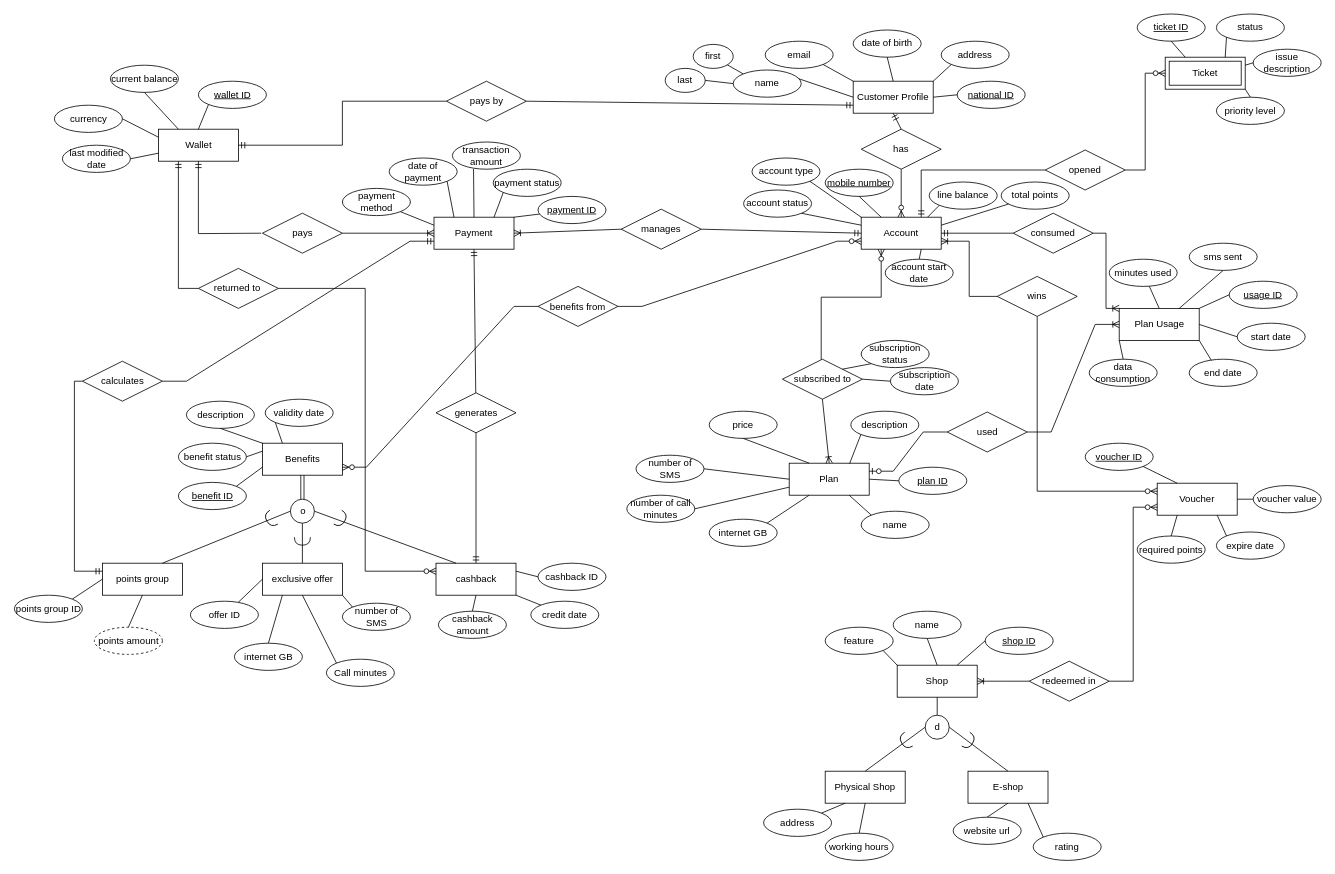
Earlier version of the draw.io diagram Milestone1_EERD.drawio (rogereliass/Telecom-Customer-Data-Management-System). Source tidied: cells renumbered, new cells numbered last; positions are measured from the earlier drawing's top-left corner, leaving out a move shared by most shapes. Both pictures are drawn from the tidied source at 80%, with x=0, y=0 at pixel (14, 14).
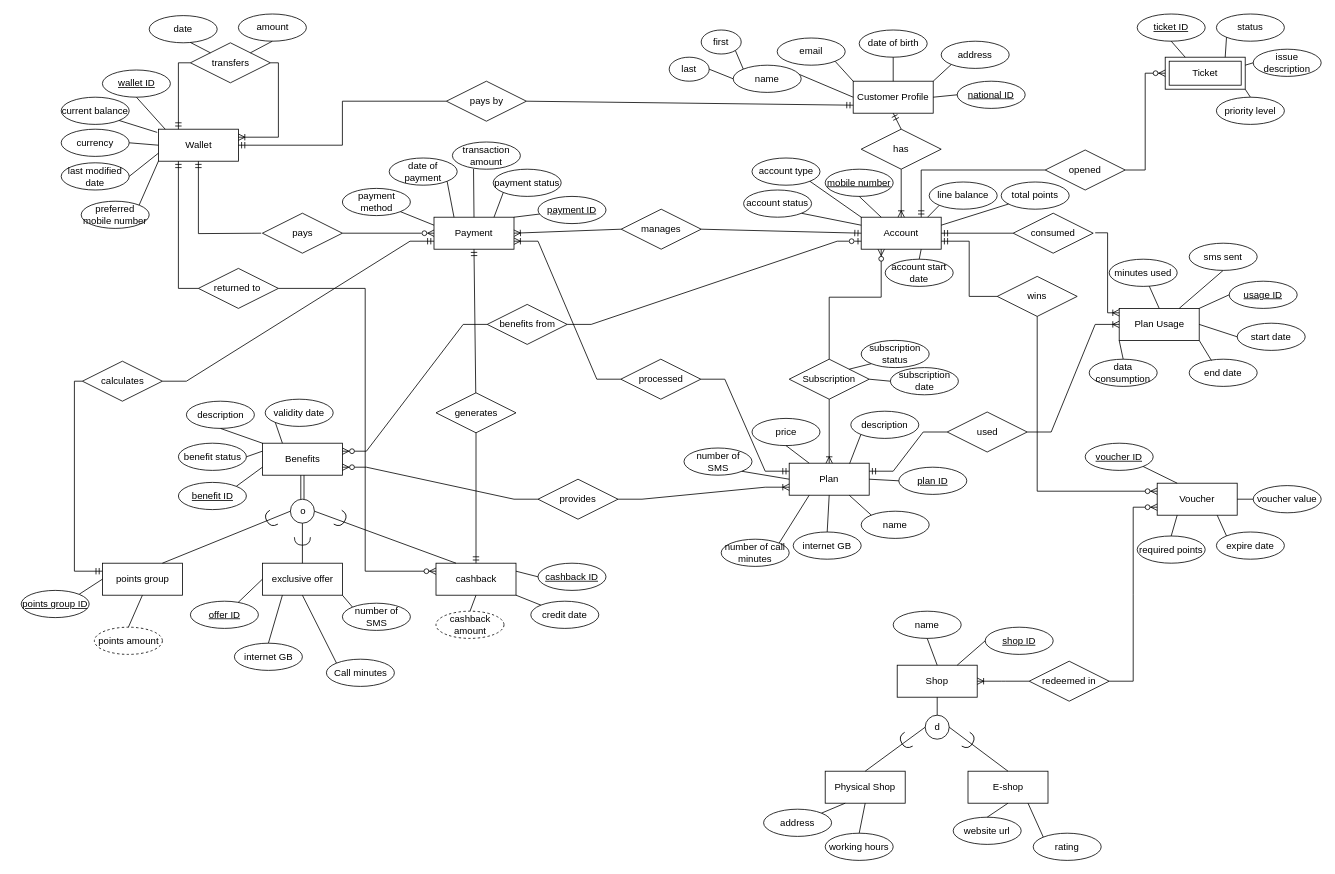
Above is the later version.

The change refers to these unchanged cells:
```xml
<mxCell id="9" value="Account" style="shape=label;margin=3;double=1;whiteSpace=wrap;html=1;align=center;labelBackgroundColor=none;points=[[0,0,0,0,0],[0,0.25,0,0,0],[0,0.5,0,0,0],[0,0.75,0,0,0],[0,1,0,0,0],[0.17,0,0,0,0],[0.17,1,0,0,0],[0.25,0,0,0,0],[0.25,1,0,0,0],[0.33,0,0,0,0],[0.33,1,0,0,0],[0.5,0,0,0,0],[0.5,1,0,0,0],[0.67,0,0,0,0],[0.67,1,0,0,0],[0.75,0,0,0,0],[0.75,1,0,0,0],[0.83,0,0,0,0],[0.83,1,0,0,0],[1,0,0,0,0],[1,0.25,0,0,0],[1,0.5,0,0,0],[1,0.75,0,0,0],[1,1,0,0,0]];" parent="1" vertex="1">
  <mxGeometry x="1058" y="254" width="100" height="40" as="geometry" />
</mxCell>
<mxCell id="16" value="Plan" style="whiteSpace=wrap;html=1;align=center;" parent="1" vertex="1">
  <mxGeometry x="968" y="561.5" width="100" height="40" as="geometry" />
</mxCell>
<mxCell id="26" value="Plan Usage" style="whiteSpace=wrap;html=1;align=center;" parent="1" vertex="1">
  <mxGeometry x="1380.5" y="368" width="100" height="40" as="geometry" />
</mxCell>
<mxCell id="32" value="Payment" style="whiteSpace=wrap;html=1;align=center;" parent="1" vertex="1">
  <mxGeometry x="524" y="254" width="100" height="40" as="geometry" />
</mxCell>
<mxCell id="74" value="Wallet" style="whiteSpace=wrap;html=1;align=center;" parent="1" vertex="1">
  <mxGeometry x="179.5" y="144" width="100" height="40" as="geometry" />
</mxCell>
<mxCell id="83" value="Benefits" style="whiteSpace=wrap;html=1;align=center;" parent="1" vertex="1">
  <mxGeometry x="309.5" y="536.5" width="100" height="40" as="geometry" />
</mxCell>
<mxCell id="132" value="used" style="shape=rhombus;perimeter=rhombusPerimeter;whiteSpace=wrap;html=1;align=center;" parent="1" vertex="1">
  <mxGeometry x="1165.5" y="497.5" width="100" height="50" as="geometry" />
</mxCell>
<mxCell id="139" value="Shop" style="whiteSpace=wrap;html=1;align=center;" parent="1" vertex="1">
  <mxGeometry x="1103" y="814" width="100" height="40" as="geometry" />
</mxCell>
<mxCell id="140" value="consumed" style="shape=rhombus;perimeter=rhombusPerimeter;whiteSpace=wrap;html=1;align=center;" parent="1" vertex="1">
  <mxGeometry x="1248" y="249" width="100" height="50" as="geometry" />
</mxCell>
<mxCell id="180" value="pays" style="shape=rhombus;perimeter=rhombusPerimeter;whiteSpace=wrap;html=1;align=center;" parent="1" vertex="1">
  <mxGeometry x="309.5" y="249" width="100" height="50" as="geometry" />
</mxCell>
<mxCell id="189" value="wins" style="shape=rhombus;perimeter=rhombusPerimeter;whiteSpace=wrap;html=1;align=center;" parent="1" vertex="1">
  <mxGeometry x="1228" y="328" width="100" height="50" as="geometry" />
</mxCell>
<mxCell id="195" value="has" style="shape=rhombus;perimeter=rhombusPerimeter;whiteSpace=wrap;html=1;align=center;" parent="1" vertex="1">
  <mxGeometry x="1058" y="144" width="100" height="50" as="geometry" />
</mxCell>
```

Diff of the diagram source:
```diff
@@
     <mxCell id="3" value="date of birth" style="ellipse;whiteSpace=wrap;html=1;align=center;labelBackgroundColor=none;" parent="1" vertex="1">
-      <mxGeometry x="1048" y="20" width="85" height="34" as="geometry" />
+      <mxGeometry x="1055.5" y="20" width="85" height="34" as="geometry" />
     </mxCell>
     <mxCell id="4" value="email" style="ellipse;whiteSpace=wrap;html=1;align=center;labelBackgroundColor=none;" parent="1" vertex="1">
-      <mxGeometry x="938" y="34" width="85" height="34" as="geometry" />
+      <mxGeometry x="953" y="30" width="85" height="34" as="geometry" />
     </mxCell>
@@
     <mxCell id="7" value="first" style="ellipse;whiteSpace=wrap;html=1;align=center;labelBackgroundColor=none;" parent="1" vertex="1">
-      <mxGeometry x="848" y="38" width="50" height="30" as="geometry" />
+      <mxGeometry x="858" y="20" width="50" height="30" as="geometry" />
     </mxCell>
     <mxCell id="8" value="last" style="ellipse;whiteSpace=wrap;html=1;align=center;labelBackgroundColor=none;" parent="1" vertex="1">
-      <mxGeometry x="813" y="68" width="50" height="30" as="geometry" />
+      <mxGeometry x="818" y="54" width="50" height="30" as="geometry" />
     </mxCell>
@@
-    <mxCell id="15" value="subscribed to" style="shape=rhombus;perimeter=rhombusPerimeter;whiteSpace=wrap;html=1;align=center;" parent="1" vertex="1">
-      <mxGeometry x="959.5" y="431.5" width="100" height="50" as="geometry" />
+    <mxCell id="15" value="Subscription" style="shape=rhombus;perimeter=rhombusPerimeter;whiteSpace=wrap;html=1;align=center;" parent="1" vertex="1">
+      <mxGeometry x="968" y="431.5" width="100" height="50" as="geometry" />
     </mxCell>
@@
     <mxCell id="20" value="number of call minutes" style="ellipse;whiteSpace=wrap;html=1;align=center;" parent="1" vertex="1">
-      <mxGeometry x="765" y="601.5" width="85" height="34" as="geometry" />
+      <mxGeometry x="883" y="656.5" width="85" height="34" as="geometry" />
     </mxCell>
     <mxCell id="21" value="number of SMS" style="ellipse;whiteSpace=wrap;html=1;align=center;" parent="1" vertex="1">
-      <mxGeometry x="776.5" y="551.5" width="85" height="34" as="geometry" />
+      <mxGeometry x="836.5" y="542.5" width="85" height="34" as="geometry" />
     </mxCell>
     <mxCell id="22" value="price" style="ellipse;whiteSpace=wrap;html=1;align=center;" parent="1" vertex="1">
-      <mxGeometry x="868" y="496.5" width="85" height="34" as="geometry" />
+      <mxGeometry x="921.5" y="505.5" width="85" height="34" as="geometry" />
     </mxCell>
@@
     <mxCell id="25" value="internet GB" style="ellipse;whiteSpace=wrap;html=1;align=center;" parent="1" vertex="1">
-      <mxGeometry x="868" y="631.5" width="85" height="34" as="geometry" />
+      <mxGeometry x="973" y="647.5" width="85" height="34" as="geometry" />
     </mxCell>
@@
     <mxCell id="47" value="name" style="ellipse;whiteSpace=wrap;html=1;align=center;labelBackgroundColor=none;" parent="1" vertex="1">
-      <mxGeometry x="898" y="70" width="85" height="34" as="geometry" />
+      <mxGeometry x="898" y="64" width="85" height="34" as="geometry" />
     </mxCell>
@@
-    <mxCell id="70" style="endArrow=none;html=1;rounded=0;exitX=1;exitY=0.5;exitDx=0;exitDy=0;entryX=0;entryY=0.5;entryDx=0;entryDy=0;" parent="1" edge="1" source="21" target="16">
+    <mxCell id="70" style="endArrow=none;html=1;rounded=0;exitX=1;exitY=1;exitDx=0;exitDy=0;entryX=0;entryY=0.5;entryDx=0;entryDy=0;" parent="1" edge="1" source="21" target="16">
       <mxGeometry relative="1" as="geometry" />
     </mxCell>
-    <mxCell id="71" style="endArrow=none;html=1;rounded=0;entryX=0;entryY=0.75;entryDx=0;entryDy=0;exitX=1;exitY=0.5;exitDx=0;exitDy=0;" parent="1" edge="1" source="20" target="16">
+    <mxCell id="71" style="endArrow=none;html=1;rounded=0;exitX=1;exitY=0;exitDx=0;exitDy=0;entryX=0.25;entryY=1;entryDx=0;entryDy=0;" parent="1" edge="1" source="20" target="16">
       <mxGeometry relative="1" as="geometry" />
     </mxCell>
@@
     <mxCell id="75" value="current balance" style="ellipse;whiteSpace=wrap;html=1;align=center;" parent="1" vertex="1">
-      <mxGeometry x="119.5" y="64" width="85" height="34" as="geometry" />
+      <mxGeometry x="58" y="104" width="85" height="34" as="geometry" />
     </mxCell>
     <mxCell id="76" value="last modified date" style="ellipse;whiteSpace=wrap;html=1;align=center;" parent="1" vertex="1">
-      <mxGeometry x="59.5" y="164" width="85" height="34" as="geometry" />
+      <mxGeometry x="58" y="186" width="85" height="34" as="geometry" />
     </mxCell>
     <mxCell id="77" value="currency" style="ellipse;whiteSpace=wrap;html=1;align=center;" parent="1" vertex="1">
-      <mxGeometry x="49.5" y="114" width="85" height="34" as="geometry" />
+      <mxGeometry x="58" y="144" width="85" height="34" as="geometry" />
     </mxCell>
@@
-    <mxCell id="79" style="endArrow=none;html=1;rounded=0;entryX=0;entryY=0.25;entryDx=0;entryDy=0;exitX=1;exitY=0.5;exitDx=0;exitDy=0;" parent="1" edge="1" source="77" target="74">
+    <mxCell id="79" style="endArrow=none;html=1;rounded=0;entryX=0;entryY=0.5;entryDx=0;entryDy=0;exitX=1;exitY=0.5;exitDx=0;exitDy=0;" parent="1" edge="1" source="77" target="74">
       <mxGeometry relative="1" as="geometry" />
     </mxCell>
-    <mxCell id="80" style="endArrow=none;html=1;rounded=0;exitX=0.25;exitY=0;exitDx=0;exitDy=0;entryX=0.5;entryY=1;entryDx=0;entryDy=0;" parent="1" edge="1" source="74" target="75">
-      <mxGeometry relative="1" as="geometry" />
+    <mxCell id="80" style="endArrow=none;html=1;rounded=0;entryX=1;entryY=1;entryDx=0;entryDy=0;" parent="1" edge="1" target="75">
+      <mxGeometry relative="1" as="geometry">
+        <mxPoint x="178" y="148" as="sourcePoint" />
+      </mxGeometry>
     </mxCell>
     <mxCell id="81" value="wallet ID" style="ellipse;whiteSpace=wrap;html=1;align=center;fontStyle=4;" parent="1" vertex="1">
-      <mxGeometry x="229.5" y="84" width="85" height="34" as="geometry" />
+      <mxGeometry x="109.5" y="70" width="85" height="34" as="geometry" />
     </mxCell>
-    <mxCell id="82" style="endArrow=none;html=1;rounded=0;exitX=0.5;exitY=0;exitDx=0;exitDy=0;entryX=0;entryY=1;entryDx=0;entryDy=0;" parent="1" edge="1" source="74" target="81">
+    <mxCell id="82" style="endArrow=none;html=1;rounded=0;exitX=0.085;exitY=0;exitDx=0;exitDy=0;entryX=0.5;entryY=1;entryDx=0;entryDy=0;exitPerimeter=0;" parent="1" edge="1" source="74" target="81">
       <mxGeometry relative="1" as="geometry" />
     </mxCell>
@@
-    <mxCell id="114" value="cashback amount" style="ellipse;whiteSpace=wrap;html=1;align=center;" parent="1" vertex="1">
-      <mxGeometry x="529.5" y="746.5" width="85" height="34" as="geometry" />
-    </mxCell>
@@
-    <mxCell id="119" style="endArrow=none;html=1;rounded=0;exitX=1;exitY=0;exitDx=0;exitDy=0;entryX=0.25;entryY=1;entryDx=0;entryDy=0;" parent="1" edge="1" source="25" target="16">
+    <mxCell id="119" style="endArrow=none;html=1;rounded=0;exitX=0.5;exitY=0;exitDx=0;exitDy=0;entryX=0.5;entryY=1;entryDx=0;entryDy=0;" parent="1" edge="1" source="25" target="16">
       <mxGeometry relative="1" as="geometry" />
     </mxCell>
@@
-    <mxCell id="134" style="edgeStyle=entityRelationEdgeStyle;fontSize=12;html=1;endArrow=ERzeroToOne;endFill=1;rounded=0;entryX=1;entryY=0.25;entryDx=0;entryDy=0;exitX=0;exitY=0.5;exitDx=0;exitDy=0;" parent="1" edge="1" source="132" target="16">
+    <mxCell id="134" style="edgeStyle=entityRelationEdgeStyle;fontSize=12;html=1;endArrow=ERmandOne;endFill=0;rounded=0;entryX=1;entryY=0.25;entryDx=0;entryDy=0;exitX=0;exitY=0.5;exitDx=0;exitDy=0;" parent="1" edge="1" source="132" target="16">
       <mxGeometry relative="1" as="geometry" />
     </mxCell>
-    <mxCell id="135" style="fontSize=12;html=1;endArrow=ERzeroToMany;endFill=1;rounded=0;entryX=0.25;entryY=1;entryDx=0;entryDy=0;edgeStyle=elbowEdgeStyle;elbow=vertical;" parent="1" edge="1" source="15" target="9">
+    <mxCell id="135" style="fontSize=12;html=1;endArrow=ERzeroToMany;endFill=1;rounded=0;entryX=0.25;entryY=1;entryDx=0;entryDy=0;edgeStyle=elbowEdgeStyle;elbow=vertical;exitX=0.5;exitY=0;exitDx=0;exitDy=0;" parent="1" edge="1" source="15" target="9">
       <mxGeometry relative="1" as="geometry">
         <Array as="points">
           <mxPoint x="1008" y="354" />
         </Array>
       </mxGeometry>
     </mxCell>
@@
-    <mxCell id="138" style="fontSize=12;html=1;endArrow=ERzeroToMany;endFill=1;rounded=0;entryX=0.5;entryY=0;entryDx=0;entryDy=0;exitX=0.5;exitY=1;exitDx=0;exitDy=0;" parent="1" edge="1" source="195" target="9">
+    <mxCell id="138" style="fontSize=12;html=1;endArrow=ERoneToMany;endFill=0;rounded=0;entryX=0.5;entryY=0;entryDx=0;entryDy=0;exitX=0.5;exitY=1;exitDx=0;exitDy=0;" parent="1" edge="1" source="195" target="9">
       <mxGeometry relative="1" as="geometry" />
     </mxCell>
@@
-    <mxCell id="142" style="edgeStyle=elbowEdgeStyle;fontSize=12;html=1;endArrow=ERoneToMany;rounded=0;entryX=0;entryY=0;entryDx=0;entryDy=0;exitX=1;exitY=0.5;exitDx=0;exitDy=0;" parent="1" edge="1" source="140" target="26">
-      <mxGeometry relative="1" as="geometry" />
+    <mxCell id="142" style="edgeStyle=elbowEdgeStyle;fontSize=12;html=1;endArrow=ERoneToMany;rounded=0;exitX=1;exitY=0.5;exitDx=0;exitDy=0;" parent="1" edge="1">
+      <mxGeometry relative="1" as="geometry">
+        <mxPoint x="1350.5" y="273.5" as="sourcePoint" />
+        <mxPoint x="1380.5" y="373.5" as="targetPoint" />
+      </mxGeometry>
     </mxCell>
@@
-    <mxCell id="156" value="points group ID" style="ellipse;whiteSpace=wrap;html=1;align=center;" parent="1" vertex="1">
-      <mxGeometry x="-0.5" y="726.5" width="85" height="34" as="geometry" />
+    <mxCell id="156" value="points group ID" style="ellipse;whiteSpace=wrap;html=1;align=center;fontStyle=4;" parent="1" vertex="1">
+      <mxGeometry x="8" y="720.5" width="85" height="34" as="geometry" />
     </mxCell>
-    <mxCell id="157" value="cashback ID" style="ellipse;whiteSpace=wrap;html=1;align=center;" parent="1" vertex="1">
+    <mxCell id="157" value="cashback ID" style="ellipse;whiteSpace=wrap;html=1;align=center;fontStyle=4;" parent="1" vertex="1">
       <mxGeometry x="654" y="686.5" width="85" height="34" as="geometry" />
     </mxCell>
-    <mxCell id="158" value="offer ID" style="ellipse;whiteSpace=wrap;html=1;align=center;" parent="1" vertex="1">
+    <mxCell id="158" value="offer ID" style="ellipse;whiteSpace=wrap;html=1;align=center;fontStyle=4;" parent="1" vertex="1">
       <mxGeometry x="219.5" y="734" width="85" height="34" as="geometry" />
     </mxCell>
@@
-    <mxCell id="181" style="fontSize=12;html=1;endArrow=ERoneToMany;rounded=0;entryX=0;entryY=0.5;entryDx=0;entryDy=0;exitX=1;exitY=0.5;exitDx=0;exitDy=0;" parent="1" edge="1" source="180" target="32">
-      <mxGeometry relative="1" as="geometry" />
+    <mxCell id="181" style="fontSize=12;html=1;endArrow=ERzeroToMany;rounded=0;exitX=1;exitY=0.5;exitDx=0;exitDy=0;endFill=0;" parent="1" edge="1" source="180">
+      <mxGeometry relative="1" as="geometry">
+        <mxPoint x="524" y="274" as="targetPoint" />
+      </mxGeometry>
     </mxCell>
@@
     <mxCell id="186" value="benefits from" style="shape=rhombus;perimeter=rhombusPerimeter;whiteSpace=wrap;html=1;align=center;" parent="1" vertex="1">
-      <mxGeometry x="654" y="340.5" width="100" height="50" as="geometry" />
+      <mxGeometry x="590.5" y="363" width="100" height="50" as="geometry" />
     </mxCell>
-    <mxCell id="187" style="edgeStyle=entityRelationEdgeStyle;fontSize=12;html=1;endArrow=ERzeroToMany;endFill=1;rounded=0;entryX=0;entryY=0.75;entryDx=0;entryDy=0;exitX=1;exitY=0.5;exitDx=0;exitDy=0;" parent="1" edge="1" source="186" target="9">
-      <mxGeometry relative="1" as="geometry" />
+    <mxCell id="187" style="edgeStyle=entityRelationEdgeStyle;fontSize=12;html=1;endArrow=ERzeroToOne;endFill=0;rounded=0;exitX=1;exitY=0.5;exitDx=0;exitDy=0;" parent="1" edge="1" source="186">
+      <mxGeometry relative="1" as="geometry">
+        <mxPoint x="1058" y="284" as="targetPoint" />
+      </mxGeometry>
     </mxCell>
-    <mxCell id="188" style="edgeStyle=entityRelationEdgeStyle;fontSize=12;html=1;endArrow=ERzeroToMany;endFill=1;rounded=0;entryX=1;entryY=0.75;entryDx=0;entryDy=0;exitX=0;exitY=0.5;exitDx=0;exitDy=0;" parent="1" edge="1" source="186" target="83">
+    <mxCell id="188" style="edgeStyle=entityRelationEdgeStyle;fontSize=12;html=1;endArrow=ERzeroToMany;endFill=1;rounded=0;entryX=1;entryY=0.25;entryDx=0;entryDy=0;exitX=0;exitY=0.5;exitDx=0;exitDy=0;" parent="1" edge="1" source="186" target="83">
       <mxGeometry relative="1" as="geometry" />
     </mxCell>
@@
-    <mxCell id="191" style="edgeStyle=orthogonalEdgeStyle;fontSize=12;html=1;endArrow=ERoneToMany;rounded=0;entryX=1;entryY=0.75;entryDx=0;entryDy=0;entryPerimeter=0;" parent="1" edge="1" source="189" target="9">
+    <mxCell id="191" style="edgeStyle=orthogonalEdgeStyle;fontSize=12;html=1;endArrow=ERmandOne;rounded=0;entryX=1;entryY=0.75;entryDx=0;entryDy=0;entryPerimeter=0;endFill=0;" parent="1" edge="1" source="189" target="9">
       <mxGeometry relative="1" as="geometry" />
     </mxCell>
@@
-    <mxCell id="207" value="feature" style="ellipse;whiteSpace=wrap;html=1;align=center;" parent="1" vertex="1">
-      <mxGeometry x="1013" y="766.5" width="85" height="34" as="geometry" />
-    </mxCell>
-    <mxCell id="208" style="endArrow=none;html=1;rounded=0;entryX=0;entryY=0;entryDx=0;entryDy=0;exitX=1;exitY=1;exitDx=0;exitDy=0;" parent="1" edge="1" source="207" target="139">
-      <mxGeometry relative="1" as="geometry" />
-    </mxCell>
+    <mxCell id="209" value="processed" style="shape=rhombus;perimeter=rhombusPerimeter;whiteSpace=wrap;html=1;align=center;" parent="1" vertex="1">
+      <mxGeometry x="757.5" y="431.5" width="100" height="50" as="geometry" />
+    </mxCell>
+    <mxCell id="210" style="edgeStyle=entityRelationEdgeStyle;fontSize=12;html=1;endArrow=ERmandOne;rounded=0;entryX=0;entryY=0.25;entryDx=0;entryDy=0;exitX=1;exitY=0.5;exitDx=0;exitDy=0;" parent="1" edge="1" source="209" target="16">
+      <mxGeometry relative="1" as="geometry" />
+    </mxCell>
+    <mxCell id="211" style="edgeStyle=entityRelationEdgeStyle;fontSize=12;html=1;endArrow=ERoneToMany;rounded=0;entryX=1;entryY=0.75;entryDx=0;entryDy=0;exitX=0;exitY=0.5;exitDx=0;exitDy=0;" parent="1" edge="1" source="209" target="32">
+      <mxGeometry relative="1" as="geometry" />
+    </mxCell>
+    <mxCell id="212" value="transfers" style="shape=rhombus;perimeter=rhombusPerimeter;whiteSpace=wrap;html=1;align=center;" parent="1" vertex="1">
+      <mxGeometry x="219.5" y="36" width="100" height="50" as="geometry" />
+    </mxCell>
+    <mxCell id="213" style="fontSize=12;html=1;endArrow=ERmandOne;rounded=0;entryX=0.25;entryY=0;entryDx=0;entryDy=0;edgeStyle=orthogonalEdgeStyle;exitX=0;exitY=0.5;exitDx=0;exitDy=0;" parent="1" edge="1" source="212" target="74">
+      <mxGeometry relative="1" as="geometry" />
+    </mxCell>
+    <mxCell id="214" style="edgeStyle=orthogonalEdgeStyle;fontSize=12;html=1;endArrow=ERoneToMany;rounded=0;exitX=1;exitY=0.5;exitDx=0;exitDy=0;entryX=1;entryY=0.25;entryDx=0;entryDy=0;" parent="1" edge="1" source="212" target="74">
+      <mxGeometry relative="1" as="geometry" />
+    </mxCell>
+    <mxCell id="215" value="amount" style="ellipse;whiteSpace=wrap;html=1;align=center;" parent="1" vertex="1">
+      <mxGeometry x="279.5" width="85" height="34" as="geometry" />
+    </mxCell>
+    <mxCell id="216" value="date" style="ellipse;whiteSpace=wrap;html=1;align=center;" parent="1" vertex="1">
+      <mxGeometry x="168" y="2" width="85" height="34" as="geometry" />
+    </mxCell>
+    <mxCell id="217" style="endArrow=none;html=1;rounded=0;entryX=0;entryY=0;entryDx=0;entryDy=0;exitX=0.604;exitY=0.985;exitDx=0;exitDy=0;exitPerimeter=0;" parent="1" edge="1" source="216" target="212">
+      <mxGeometry relative="1" as="geometry" />
+    </mxCell>
+    <mxCell id="218" style="endArrow=none;html=1;rounded=0;entryX=1;entryY=0;entryDx=0;entryDy=0;exitX=0.5;exitY=1;exitDx=0;exitDy=0;" parent="1" edge="1" source="215" target="212">
+      <mxGeometry relative="1" as="geometry" />
+    </mxCell>
+    <mxCell id="219" value="preferred mobile number" style="ellipse;whiteSpace=wrap;html=1;align=center;" parent="1" vertex="1">
+      <mxGeometry x="83" y="234" width="85" height="34" as="geometry" />
+    </mxCell>
+    <mxCell id="220" style="endArrow=none;html=1;rounded=0;entryX=0;entryY=1;entryDx=0;entryDy=0;exitX=1;exitY=0;exitDx=0;exitDy=0;" parent="1" edge="1" source="219" target="74">
+      <mxGeometry relative="1" as="geometry" />
+    </mxCell>
+    <mxCell id="221" value="provides" style="shape=rhombus;perimeter=rhombusPerimeter;whiteSpace=wrap;html=1;align=center;" parent="1" vertex="1">
+      <mxGeometry x="654" y="581.5" width="100" height="50" as="geometry" />
+    </mxCell>
+    <mxCell id="222" style="edgeStyle=entityRelationEdgeStyle;fontSize=12;html=1;endArrow=ERzeroToMany;endFill=1;rounded=0;entryX=1;entryY=0.75;entryDx=0;entryDy=0;exitX=0;exitY=0.5;exitDx=0;exitDy=0;" parent="1" edge="1" source="221" target="83">
+      <mxGeometry relative="1" as="geometry" />
+    </mxCell>
+    <mxCell id="223" style="edgeStyle=entityRelationEdgeStyle;fontSize=12;html=1;endArrow=ERoneToMany;rounded=0;entryX=0;entryY=0.75;entryDx=0;entryDy=0;exitX=1;exitY=0.5;exitDx=0;exitDy=0;" parent="1" edge="1" source="221" target="16">
+      <mxGeometry relative="1" as="geometry" />
+    </mxCell>
+    <mxCell id="114" value="cashback amount" style="ellipse;whiteSpace=wrap;html=1;align=center;dashed=1;" parent="1" vertex="1">
+      <mxGeometry x="526.5" y="746.5" width="85" height="34" as="geometry" />
+    </mxCell>
```
